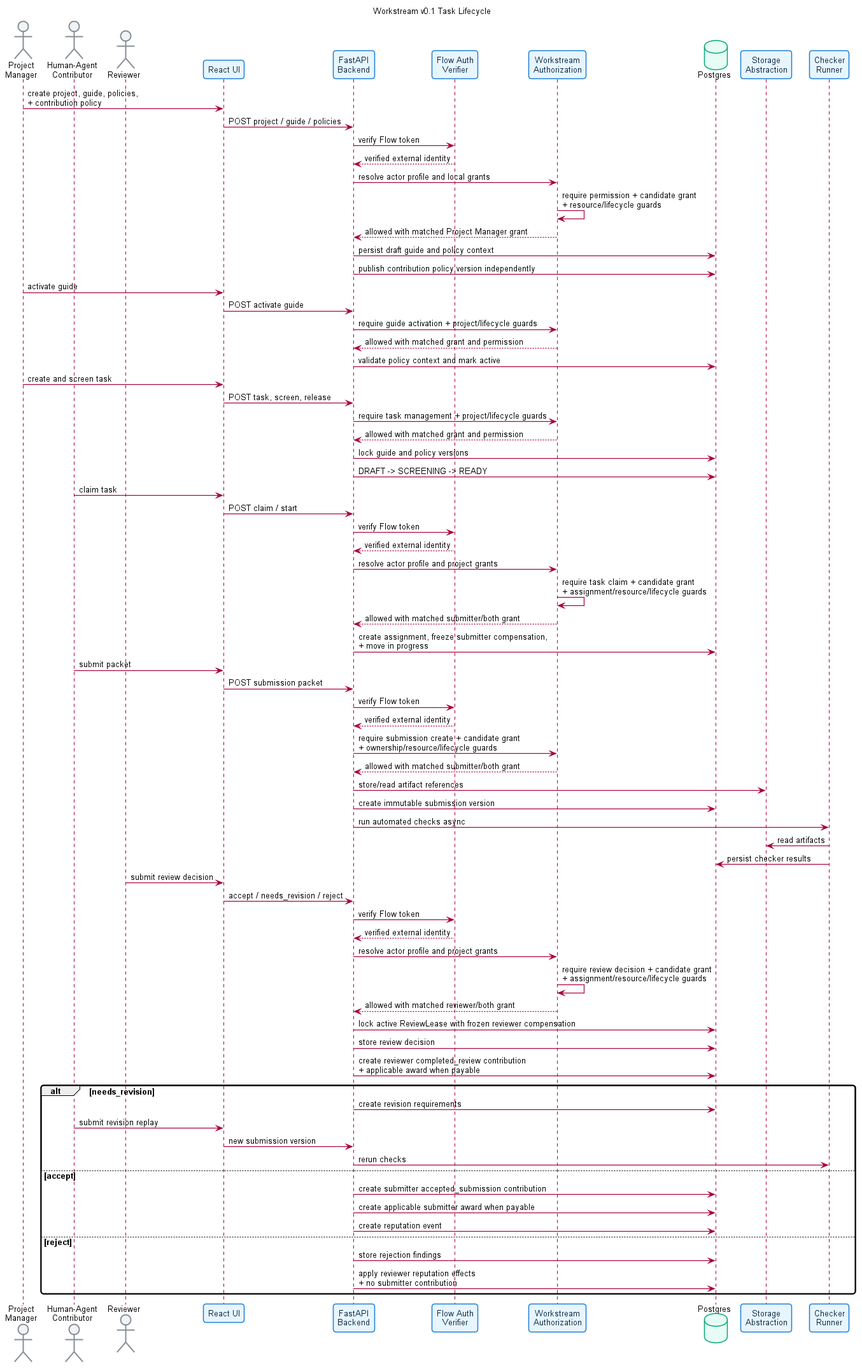
Earlier version of the PlantUML export docs/architecture_brief/images/task_lifecycle_sequence.png (jorshimayor/workstream). Its source is kept beside it as docs/architecture_brief/task_lifecycle_sequence.puml.
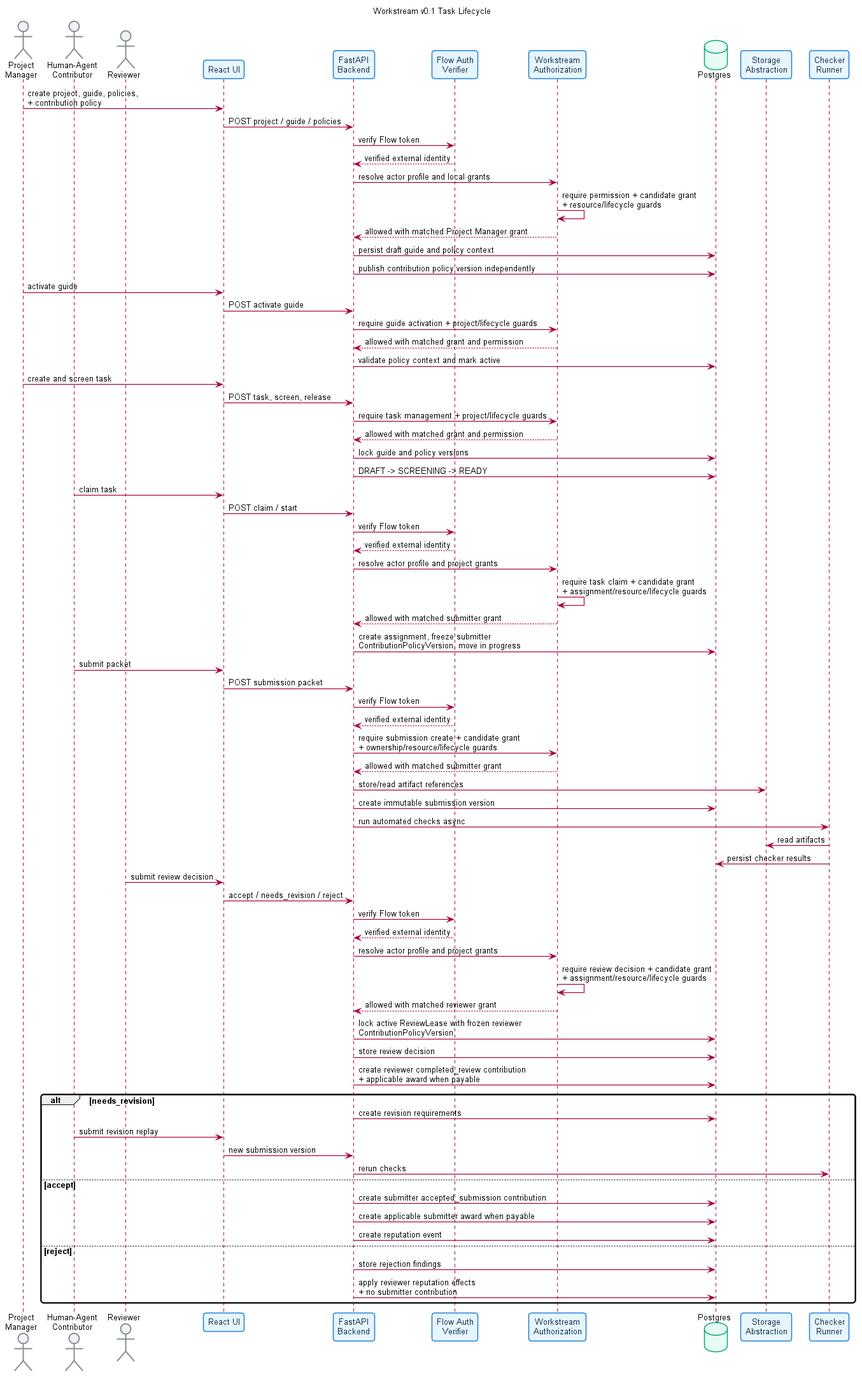
Later version of the same file.

Change to the diagram source:
```diff
@@ -55,15 +55,15 @@
 Auth --> API : verified external identity
 API -> Authorization : resolve actor profile and project grants
 Authorization -> Authorization : require task claim + candidate grant\n+ assignment/resource/lifecycle guards
-Authorization --> API : allowed with matched submitter/both grant
-API -> DB : create assignment, freeze submitter compensation,\n+ move in progress
+Authorization --> API : allowed with matched submitter grant
+API -> DB : create assignment, freeze submitter\nContributionPolicyVersion, move in progress
 
 Contributor -> UI : submit packet
 UI -> API : POST submission packet
 API -> Auth : verify Flow token
 Auth --> API : verified external identity
 API -> Authorization : require submission create + candidate grant\n+ ownership/resource/lifecycle guards
-Authorization --> API : allowed with matched submitter/both grant
+Authorization --> API : allowed with matched submitter grant
 API -> Storage : store/read artifact references
 API -> DB : create immutable submission version
 
@@ -77,8 +77,8 @@
 Auth --> API : verified external identity
 API -> Authorization : resolve actor profile and project grants
 Authorization -> Authorization : require review decision + candidate grant\n+ assignment/resource/lifecycle guards
-Authorization --> API : allowed with matched reviewer/both grant
-API -> DB : lock active ReviewLease with frozen reviewer compensation
+Authorization --> API : allowed with matched reviewer grant
+API -> DB : lock active ReviewLease with frozen reviewer\nContributionPolicyVersion
 API -> DB : store review decision
 API -> DB : create reviewer completed_review contribution\n+ applicable award when payable
 
```
